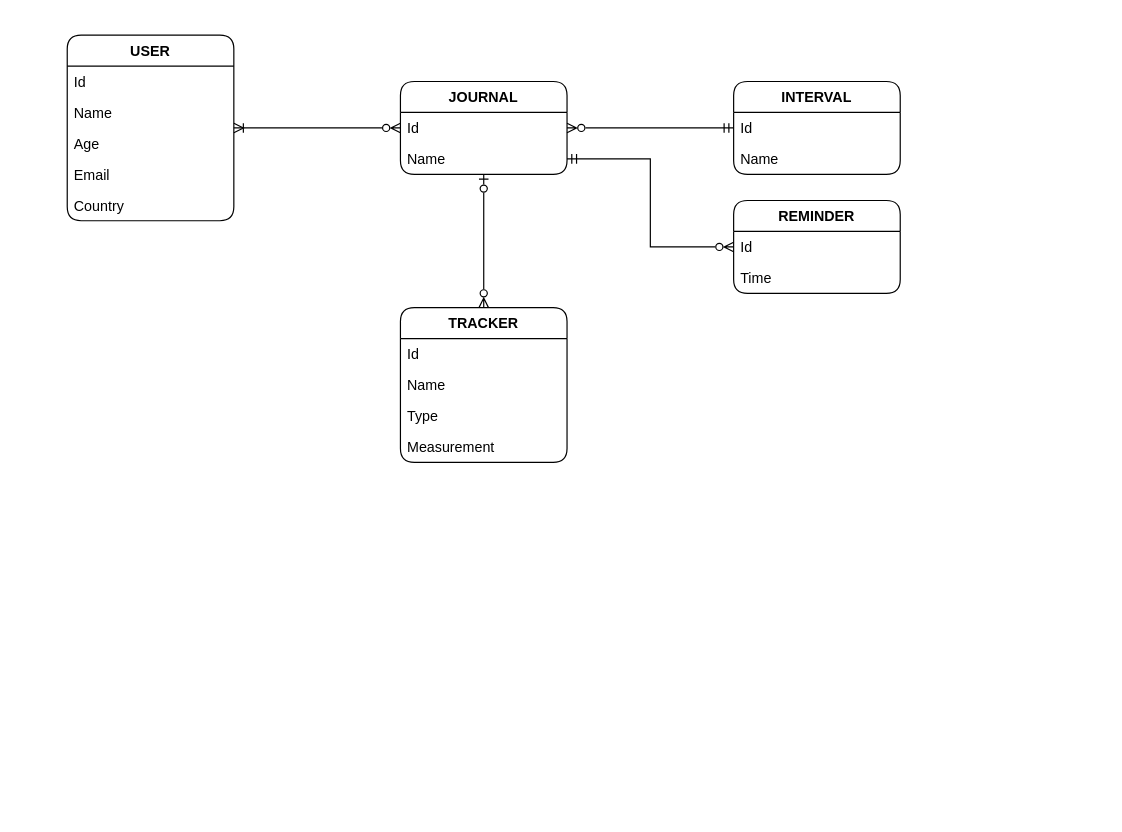
Earlier version of the draw.io diagram page "UML" (2 of 3) of Documentation/tracker app.drawio (margotgradina/HabitHare). Source tidied: cells renumbered, new cells numbered last; positions are measured from the earlier drawing's top-left corner, leaving out a move shared by most shapes. Both pictures are drawn from the tidied source at 119%, with x=0, y=0 at pixel (67, 35).
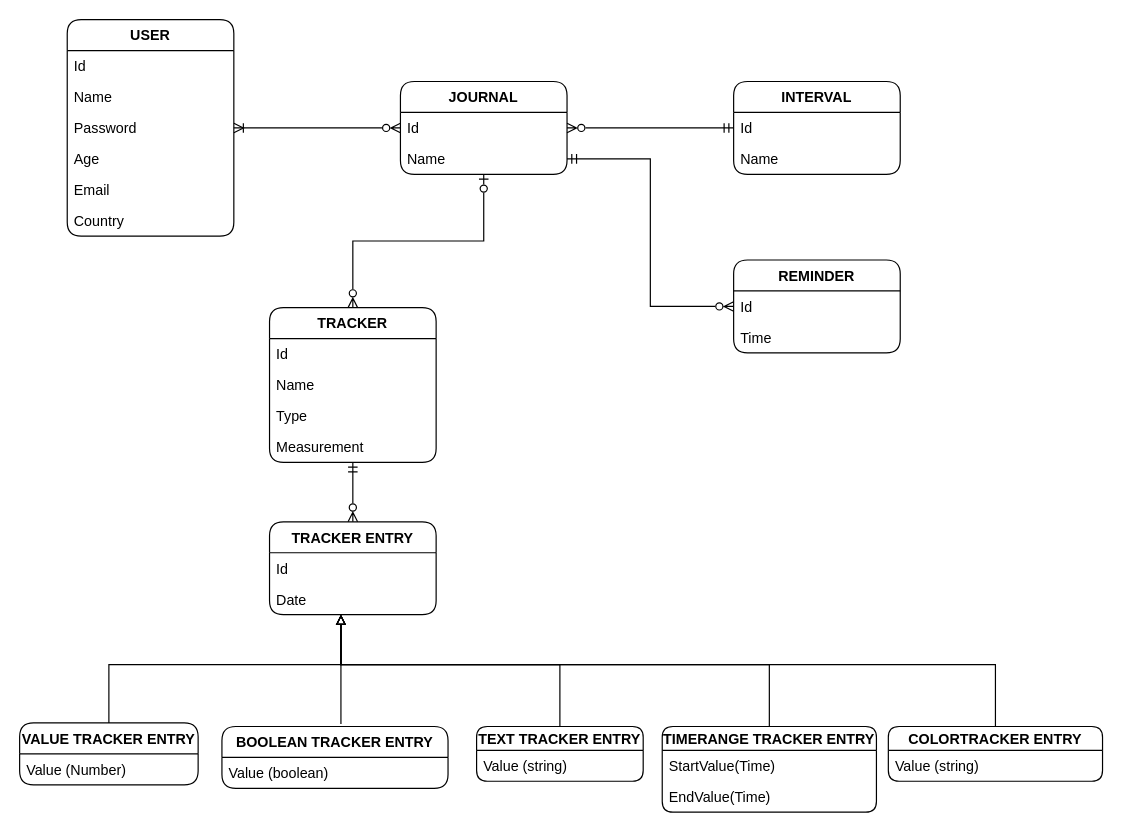
The same page after the edit.

The edit, as a diff of the source:
```diff
@@
     <mxCell id="10" value="TRACKER" style="swimlane;fontStyle=1;horizontal=1;startSize=26;fillColor=none;rounded=1;" parent="1" vertex="1">
-      <mxGeometry x="280" y="229" width="140" height="130" as="geometry" />
+      <mxGeometry x="170" y="229" width="140" height="130" as="geometry" />
     </mxCell>
@@
     <mxCell id="15" value="USER" style="swimlane;fontStyle=1;horizontal=1;startSize=26;fillColor=none;rounded=1;" parent="1" vertex="1">
-      <mxGeometry width="140" height="156" as="geometry" />
+      <mxGeometry y="-13" width="140" height="182" as="geometry" />
     </mxCell>
@@
+    <mxCell id="26" value="Password&#10;" style="text;strokeColor=none;fillColor=none;align=left;verticalAlign=top;spacingLeft=4;spacingRight=4;overflow=hidden;" parent="15" vertex="1">
+      <mxGeometry y="78" width="140" height="26" as="geometry" />
+    </mxCell>
     <mxCell id="18" value="Age" style="text;strokeColor=none;fillColor=none;align=left;verticalAlign=top;spacingLeft=4;spacingRight=4;overflow=hidden;" parent="15" vertex="1">
-      <mxGeometry y="78" width="140" height="26" as="geometry" />
+      <mxGeometry y="104" width="140" height="26" as="geometry" />
     </mxCell>
     <mxCell id="19" value="Email" style="text;strokeColor=none;fillColor=none;align=left;verticalAlign=top;spacingLeft=4;spacingRight=4;overflow=hidden;" parent="15" vertex="1">
-      <mxGeometry y="104" width="140" height="26" as="geometry" />
+      <mxGeometry y="130" width="140" height="26" as="geometry" />
     </mxCell>
     <mxCell id="20" value="Country" style="text;strokeColor=none;fillColor=none;align=left;verticalAlign=top;spacingLeft=4;spacingRight=4;overflow=hidden;" parent="15" vertex="1">
-      <mxGeometry y="130" width="140" height="26" as="geometry" />
+      <mxGeometry y="156" width="140" height="26" as="geometry" />
     </mxCell>
@@
     <mxCell id="22" value="REMINDER" style="swimlane;fontStyle=1;horizontal=1;startSize=26;fillColor=none;rounded=1;" parent="1" vertex="1">
-      <mxGeometry x="560" y="139" width="140" height="78" as="geometry" />
+      <mxGeometry x="560" y="189" width="140" height="78" as="geometry" />
     </mxCell>
@@
+    <mxCell id="27" style="edgeStyle=orthogonalEdgeStyle;rounded=0;jettySize=auto;html=1;endArrow=ERmandOne;endFill=0;startArrow=ERzeroToMany;startFill=0;" parent="1" edge="1" source="28" target="10">
+      <mxGeometry relative="1" as="geometry" />
+    </mxCell>
+    <mxCell id="28" value="TRACKER ENTRY" style="swimlane;fontStyle=1;horizontal=1;startSize=26;fillColor=none;rounded=1;" parent="1" vertex="1">
+      <mxGeometry x="170" y="409" width="140" height="78" as="geometry" />
+    </mxCell>
+    <mxCell id="29" value="Id" style="text;strokeColor=none;fillColor=none;align=left;verticalAlign=top;spacingLeft=4;spacingRight=4;overflow=hidden;" parent="28" vertex="1">
+      <mxGeometry y="26" width="140" height="26" as="geometry" />
+    </mxCell>
+    <mxCell id="30" value="Date" style="text;strokeColor=none;fillColor=none;align=left;verticalAlign=top;spacingLeft=4;spacingRight=4;overflow=hidden;" parent="28" vertex="1">
+      <mxGeometry y="52" width="140" height="26" as="geometry" />
+    </mxCell>
+    <mxCell id="31" style="edgeStyle=orthogonalEdgeStyle;rounded=0;jettySize=auto;html=1;startArrow=none;startFill=0;endArrow=block;endFill=0;" parent="1" edge="1" source="32" target="28">
+      <mxGeometry relative="1" as="geometry">
+        <Array as="points">
+          <mxPoint x="35" y="529" />
+          <mxPoint x="230" y="529" />
+        </Array>
+      </mxGeometry>
+    </mxCell>
+    <mxCell id="32" value="VALUE TRACKER ENTRY" style="swimlane;fontStyle=1;horizontal=1;startSize=26;fillColor=none;rounded=1;" parent="1" vertex="1">
+      <mxGeometry x="-40" y="578" width="150" height="52" as="geometry" />
+    </mxCell>
+    <mxCell id="33" value="Value (Number)" style="text;strokeColor=none;fillColor=none;align=left;verticalAlign=top;spacingLeft=4;spacingRight=4;overflow=hidden;" parent="32" vertex="1">
+      <mxGeometry y="26" width="150" height="26" as="geometry" />
+    </mxCell>
+    <mxCell id="34" style="edgeStyle=orthogonalEdgeStyle;rounded=0;jettySize=auto;html=1;startArrow=none;startFill=0;endArrow=block;endFill=0;" parent="1" edge="1" target="28">
+      <mxGeometry relative="1" as="geometry">
+        <mxPoint x="230" y="579" as="sourcePoint" />
+        <Array as="points">
+          <mxPoint x="230" y="509" />
+          <mxPoint x="230" y="509" />
+        </Array>
+      </mxGeometry>
+    </mxCell>
+    <mxCell id="35" value="BOOLEAN TRACKER ENTRY" style="swimlane;fontStyle=1;horizontal=1;startSize=26;fillColor=none;rounded=1;" parent="1" vertex="1">
+      <mxGeometry x="130" y="581" width="190" height="52" as="geometry" />
+    </mxCell>
+    <mxCell id="36" value="Value (boolean)" style="text;strokeColor=none;fillColor=none;align=left;verticalAlign=top;spacingLeft=4;spacingRight=4;overflow=hidden;" parent="35" vertex="1">
+      <mxGeometry y="26" width="190" height="26" as="geometry" />
+    </mxCell>
+    <mxCell id="37" style="edgeStyle=orthogonalEdgeStyle;rounded=0;jettySize=auto;html=1;startArrow=none;startFill=0;endArrow=block;endFill=0;" parent="1" edge="1" source="38" target="28">
+      <mxGeometry relative="1" as="geometry">
+        <Array as="points">
+          <mxPoint x="414" y="529" />
+          <mxPoint x="230" y="529" />
+        </Array>
+      </mxGeometry>
+    </mxCell>
+    <mxCell id="38" value="TEXT TRACKER ENTRY" style="swimlane;fontStyle=1;horizontal=1;startSize=20;fillColor=none;rounded=1;" parent="1" vertex="1">
+      <mxGeometry x="344" y="581" width="140" height="46" as="geometry" />
+    </mxCell>
+    <mxCell id="39" value="Value (string)" style="text;strokeColor=none;fillColor=none;align=left;verticalAlign=top;spacingLeft=4;spacingRight=4;overflow=hidden;" parent="38" vertex="1">
+      <mxGeometry y="20" width="140" height="26" as="geometry" />
+    </mxCell>
+    <mxCell id="40" style="edgeStyle=orthogonalEdgeStyle;rounded=0;jettySize=auto;html=1;startArrow=none;startFill=0;endArrow=block;endFill=0;" parent="1" edge="1" source="41" target="28">
+      <mxGeometry relative="1" as="geometry">
+        <Array as="points">
+          <mxPoint x="590" y="529" />
+          <mxPoint x="230" y="529" />
+        </Array>
+      </mxGeometry>
+    </mxCell>
+    <mxCell id="41" value="TIMERANGE TRACKER ENTRY" style="swimlane;fontStyle=1;horizontal=1;startSize=20;fillColor=none;rounded=1;" parent="1" vertex="1">
+      <mxGeometry x="500" y="581" width="180" height="72" as="geometry" />
+    </mxCell>
+    <mxCell id="42" value="StartValue(Time)" style="text;strokeColor=none;fillColor=none;align=left;verticalAlign=top;spacingLeft=4;spacingRight=4;overflow=hidden;" parent="41" vertex="1">
+      <mxGeometry y="20" width="180" height="26" as="geometry" />
+    </mxCell>
+    <mxCell id="43" value="EndValue(Time)" style="text;strokeColor=none;fillColor=none;align=left;verticalAlign=top;spacingLeft=4;spacingRight=4;overflow=hidden;" parent="41" vertex="1">
+      <mxGeometry y="46" width="180" height="26" as="geometry" />
+    </mxCell>
+    <mxCell id="44" style="edgeStyle=orthogonalEdgeStyle;rounded=0;jettySize=auto;html=1;startArrow=none;startFill=0;endArrow=block;endFill=0;" parent="1" edge="1" source="45" target="28">
+      <mxGeometry relative="1" as="geometry">
+        <Array as="points">
+          <mxPoint x="780" y="529" />
+          <mxPoint x="230" y="529" />
+        </Array>
+      </mxGeometry>
+    </mxCell>
+    <mxCell id="45" value="COLORTRACKER ENTRY" style="swimlane;fontStyle=1;horizontal=1;startSize=20;fillColor=none;rounded=1;" parent="1" vertex="1">
+      <mxGeometry x="690" y="581" width="180" height="46" as="geometry" />
+    </mxCell>
+    <mxCell id="46" value="Value (string)" style="text;strokeColor=none;fillColor=none;align=left;verticalAlign=top;spacingLeft=4;spacingRight=4;overflow=hidden;" parent="45" vertex="1">
+      <mxGeometry y="20" width="180" height="26" as="geometry" />
+    </mxCell>
```
